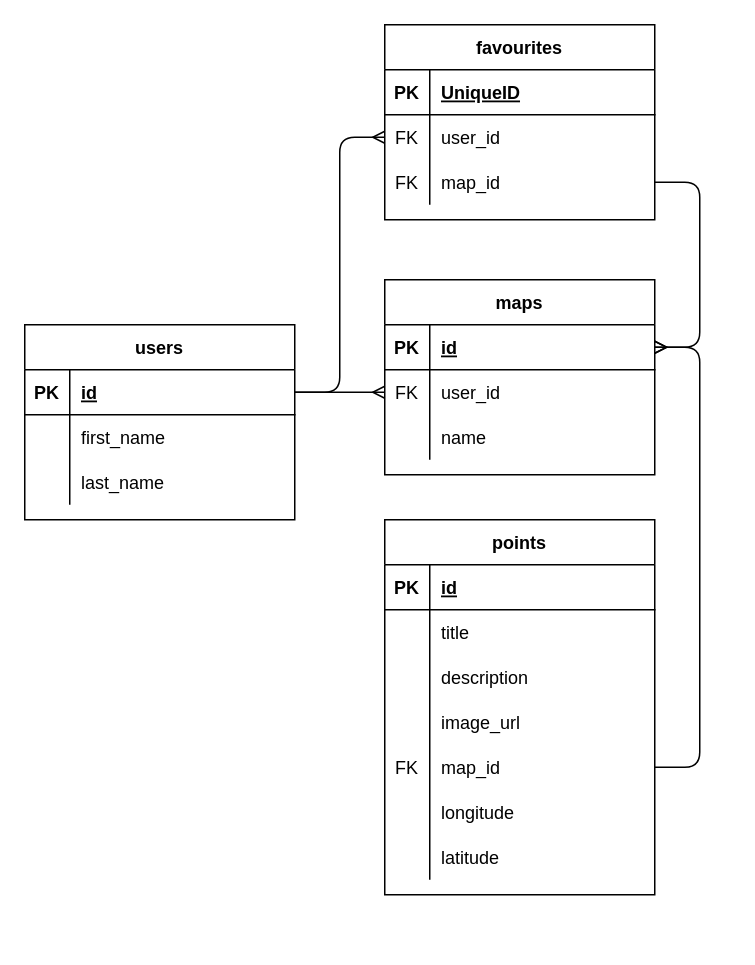
Above: planning/midterm_ERD.drawio in StewartMck/mapit (draw.io), before the change. Source tidied: cells renumbered, new cells numbered last; positions are measured from the earlier drawing's top-left corner, leaving out a move shared by most shapes. Both pictures are drawn from the tidied source at 150%, with x=0, y=0 at pixel (24, 24).
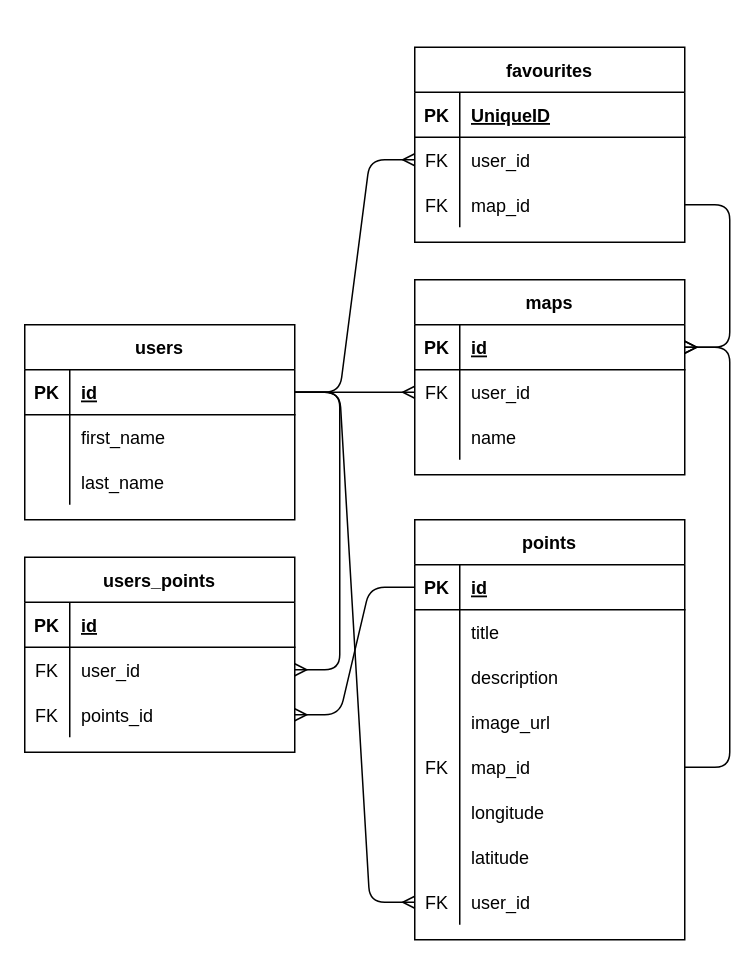
Above is the later version.

The change refers to these unchanged cells:
```xml
<mxCell id="13" style="shape=partialRectangle;fillColor=none;top=0;left=0;bottom=1;right=0;points=[[0,0.5],[1,0.5]];portConstraint=eastwest;" parent="12" vertex="1">
  <mxGeometry y="30" width="180" height="30" as="geometry" />
</mxCell>
<mxCell id="33" style="shape=partialRectangle;fillColor=none;top=0;left=0;bottom=1;right=0;points=[[0,0.5],[1,0.5]];portConstraint=eastwest;" parent="32" vertex="1">
  <mxGeometry y="30" width="180" height="30" as="geometry" />
</mxCell>
```

Diff of the diagram source:
```diff
@@
     <mxCell id="2" value="maps" style="shape=table;startSize=30;childLayout=tableLayout;rowLines=0;fontStyle=1;align=center;" parent="1" vertex="1">
-      <mxGeometry x="240" y="170" width="180" height="130" as="geometry" />
+      <mxGeometry x="260" y="170" width="180" height="130" as="geometry" />
     </mxCell>
@@
     <mxCell id="22" value="favourites" style="shape=table;startSize=30;childLayout=tableLayout;rowLines=0;fontStyle=1;align=center;" parent="1" vertex="1">
-      <mxGeometry x="240" width="180" height="130" as="geometry" />
+      <mxGeometry x="260" y="15" width="180" height="130" as="geometry" />
     </mxCell>
@@
     <mxCell id="32" value="points" style="shape=table;startSize=30;childLayout=tableLayout;rowLines=0;fontStyle=1;align=center;" parent="1" vertex="1">
-      <mxGeometry x="240" y="330" width="180" height="250" as="geometry" />
+      <mxGeometry x="260" y="330" width="180" height="280" as="geometry" />
     </mxCell>
@@
+    <mxCell id="58" style="shape=partialRectangle;fillColor=none;top=0;left=0;bottom=0;right=0;points=[[0,0.5],[1,0.5]];portConstraint=eastwest;" parent="32" vertex="1">
+      <mxGeometry y="240" width="180" height="30" as="geometry" />
+    </mxCell>
+    <mxCell id="59" value="FK" style="shape=partialRectangle;fillColor=none;top=0;left=0;bottom=0;right=0;overflow=hidden;" parent="58" vertex="1">
+      <mxGeometry width="30" height="30" as="geometry" />
+    </mxCell>
+    <mxCell id="60" value="user_id" style="shape=partialRectangle;fillColor=none;top=0;left=0;bottom=0;right=0;align=left;spacingLeft=6;overflow=hidden;" parent="58" vertex="1">
+      <mxGeometry x="30" width="150" height="30" as="geometry" />
+    </mxCell>
@@
+    <mxCell id="61" value="users_points" style="shape=table;startSize=30;childLayout=tableLayout;rowLines=0;fontStyle=1;align=center;" parent="1" vertex="1">
+      <mxGeometry y="355" width="180" height="130" as="geometry" />
+    </mxCell>
+    <mxCell id="62" style="shape=partialRectangle;fillColor=none;top=0;left=0;bottom=1;right=0;" parent="61" vertex="1">
+      <mxGeometry y="30" width="180" height="30" as="geometry" />
+    </mxCell>
+    <mxCell id="63" value="PK" style="shape=partialRectangle;fillColor=none;top=0;left=0;bottom=0;right=0;fontStyle=1;overflow=hidden;" parent="62" vertex="1">
+      <mxGeometry width="30" height="30" as="geometry" />
+    </mxCell>
+    <mxCell id="64" value="id" style="shape=partialRectangle;fillColor=none;top=0;left=0;bottom=0;right=0;align=left;spacingLeft=6;fontStyle=5;overflow=hidden;" parent="62" vertex="1">
+      <mxGeometry x="30" width="150" height="30" as="geometry" />
+    </mxCell>
+    <mxCell id="65" style="shape=partialRectangle;fillColor=none;top=0;left=0;bottom=0;right=0;points=[[0,0.5],[1,0.5]];portConstraint=eastwest;" parent="61" vertex="1">
+      <mxGeometry y="60" width="180" height="30" as="geometry" />
+    </mxCell>
+    <mxCell id="66" value="FK" style="shape=partialRectangle;fillColor=none;top=0;left=0;bottom=0;right=0;overflow=hidden;" parent="65" vertex="1">
+      <mxGeometry width="30" height="30" as="geometry" />
+    </mxCell>
+    <mxCell id="67" value="user_id" style="shape=partialRectangle;fillColor=none;top=0;left=0;bottom=0;right=0;align=left;spacingLeft=6;overflow=hidden;" parent="65" vertex="1">
+      <mxGeometry x="30" width="150" height="30" as="geometry" />
+    </mxCell>
+    <mxCell id="68" style="shape=partialRectangle;fillColor=none;top=0;left=0;bottom=0;right=0;points=[[0,0.5],[1,0.5]];portConstraint=eastwest;" parent="61" vertex="1">
+      <mxGeometry y="90" width="180" height="30" as="geometry" />
+    </mxCell>
+    <mxCell id="69" value="FK" style="shape=partialRectangle;fillColor=none;top=0;left=0;bottom=0;right=0;overflow=hidden;" parent="68" vertex="1">
+      <mxGeometry width="30" height="30" as="geometry" />
+    </mxCell>
+    <mxCell id="70" value="points_id" style="shape=partialRectangle;fillColor=none;top=0;left=0;bottom=0;right=0;align=left;spacingLeft=6;overflow=hidden;" parent="68" vertex="1">
+      <mxGeometry x="30" width="150" height="30" as="geometry" />
+    </mxCell>
+    <mxCell id="71" style="edgeStyle=entityRelationEdgeStyle;fontSize=12;html=1;endArrow=ERmany;exitX=1;exitY=0.5;exitDx=0;exitDy=0;entryX=0;entryY=0.5;entryDx=0;entryDy=0;" parent="1" edge="1" source="13" target="58">
+      <mxGeometry relative="1" as="geometry" />
+    </mxCell>
+    <mxCell id="72" style="edgeStyle=entityRelationEdgeStyle;fontSize=12;html=1;endArrow=ERmany;exitX=1;exitY=0.5;exitDx=0;exitDy=0;entryX=1;entryY=0.5;entryDx=0;entryDy=0;" parent="1" edge="1" source="13" target="65">
+      <mxGeometry relative="1" as="geometry" />
+    </mxCell>
+    <mxCell id="73" style="edgeStyle=orthogonalEdgeStyle;rounded=0;jettySize=auto;html=1;exitX=1;exitY=0.5;exitDx=0;exitDy=0;" parent="1" edge="1" source="13">
+      <mxGeometry relative="1" as="geometry">
+        <mxPoint x="180" y="245" as="targetPoint" />
+      </mxGeometry>
+    </mxCell>
+    <mxCell id="74" style="edgeStyle=entityRelationEdgeStyle;fontSize=12;html=1;endArrow=ERmany;exitX=0;exitY=0.5;exitDx=0;exitDy=0;entryX=1;entryY=0.5;entryDx=0;entryDy=0;" parent="1" edge="1" source="33" target="68">
+      <mxGeometry relative="1" as="geometry" />
+    </mxCell>
```
